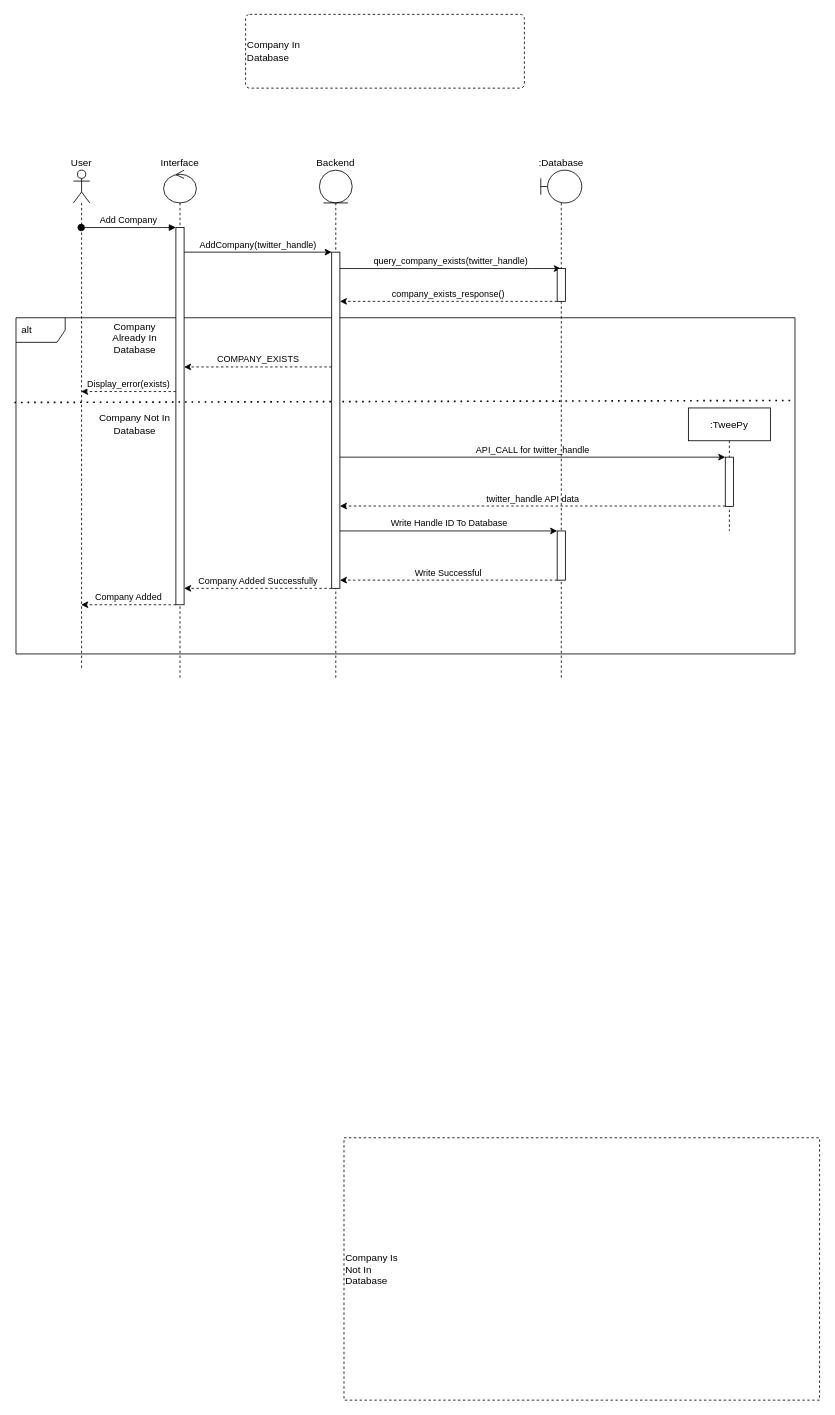
Before: uml/AddCompanySequence v1.drawio in agarcia169/4306-Donaldson-Project, a draw.io diagram. Source tidied: cells renumbered, new cells numbered last; positions are measured from the earlier drawing's top-left corner, leaving out a move shared by most shapes. Both pictures are drawn from the tidied source at 82%, with x=0, y=0 at pixel (16, 14).
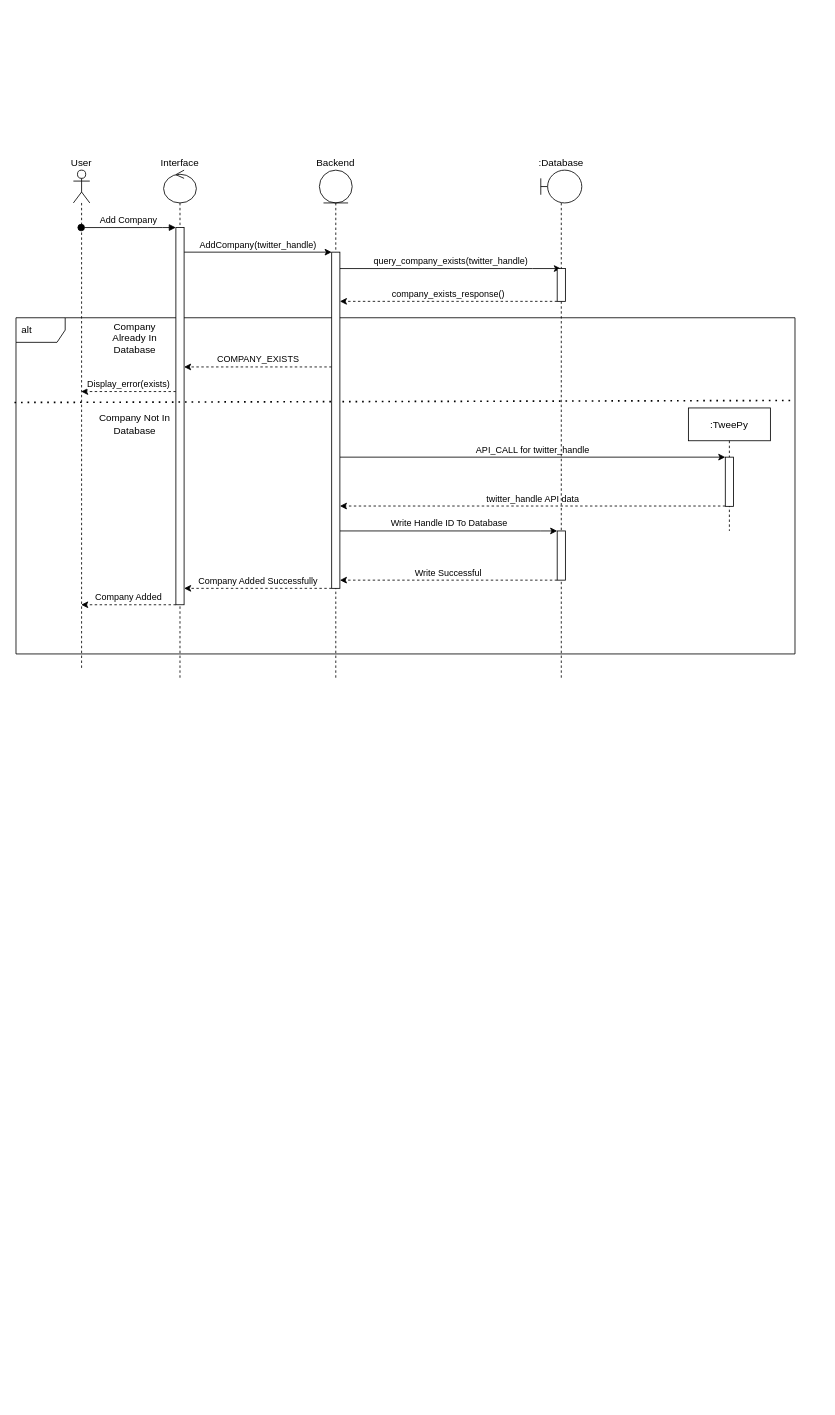
The same diagram, later.

What changed in the source:
```diff
@@
-    <mxCell id="3" value="Company Is &#10;Not In &#10;Database" style="fontStyle=0;dashed=1;align=left;" parent="1" vertex="1">
-      <mxGeometry x="400" y="1370" width="580" height="320" as="geometry" />
-    </mxCell>
-    <mxCell id="4" value="Company In &lt;br&gt;Database" style="html=1;align=left;verticalAlign=middle;rounded=1;absoluteArcSize=1;arcSize=10;dashed=1;" parent="1" vertex="1">
-      <mxGeometry x="280" width="340" height="90" as="geometry" />
-    </mxCell>
```
